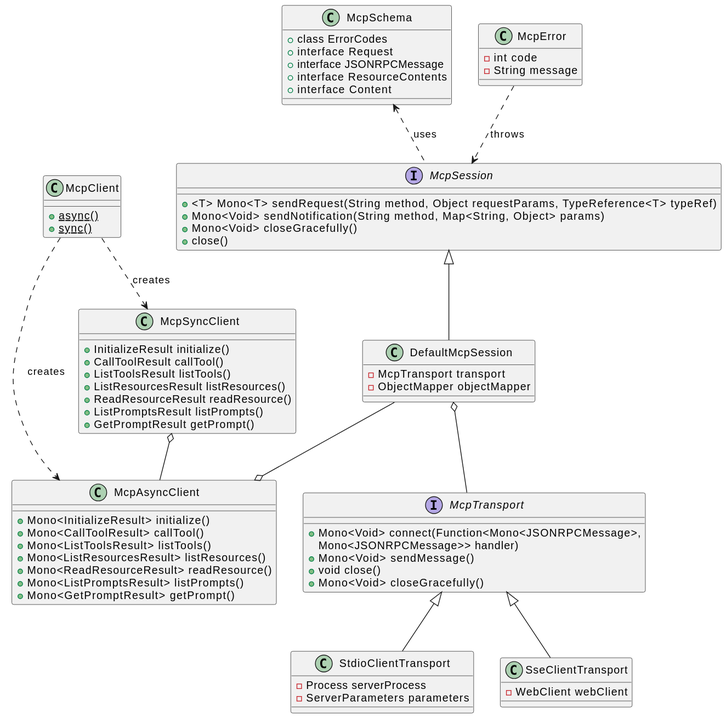
The PlantUML diagram docs/spring-ai-mcp-uml-classdiagram.svg in ziscloud/java-sdk, before a commit. Its diagram source:
```plantuml
@startuml
interface McpTransport {
  +Mono<Void> connect(Function<Mono<JSONRPCMessage>,
                       Mono<JSONRPCMessage>> handler)
  +Mono<Void> sendMessage()
  +void close()
  +Mono<Void> closeGracefully()
}

interface McpSession {
  +<T> Mono<T> sendRequest(String method, Object requestParams, TypeReference<T> typeRef)
  +Mono<Void> sendNotification(String method, Map<String, Object> params)
  +Mono<Void> closeGracefully()
  +close()
}

class DefaultMcpSession {
  -McpTransport transport
  -ObjectMapper objectMapper
}

class McpClient {
  +{static} async()
  +{static} sync()
}

class McpAsyncClient {
  +Mono<InitializeResult> initialize()
  +Mono<CallToolResult> callTool()
  +Mono<ListToolsResult> listTools()
  +Mono<ListResourcesResult> listResources()
  +Mono<ReadResourceResult> readResource()
  +Mono<ListPromptsResult> listPrompts()
  +Mono<GetPromptResult> getPrompt()
}

class McpSyncClient {
  +InitializeResult initialize()
  +CallToolResult callTool()
  +ListToolsResult listTools()
  +ListResourcesResult listResources()
  +ReadResourceResult readResource()
  +ListPromptsResult listPrompts()
  +GetPromptResult getPrompt()
}

class StdioClientTransport {
  -Process serverProcess
  -ServerParameters parameters
}

class SseClientTransport {
  -WebClient webClient
}

class McpSchema {
  +class ErrorCodes
  +interface Request
  +interface JSONRPCMessage
  +interface ResourceContents
  +interface Content
}

class McpError {
  -int code
  -String message
}

McpTransport <|-- StdioClientTransport
McpTransport <|-- SseClientTransport
McpSession <|-- DefaultMcpSession
DefaultMcpSession --o McpAsyncClient
McpClient ..> McpAsyncClient : creates
McpClient ..> McpSyncClient : creates
McpSyncClient o-- McpAsyncClient
DefaultMcpSession o-- McpTransport
McpSchema <.. McpSession : uses
McpError ..> McpSession : throws
@enduml
```
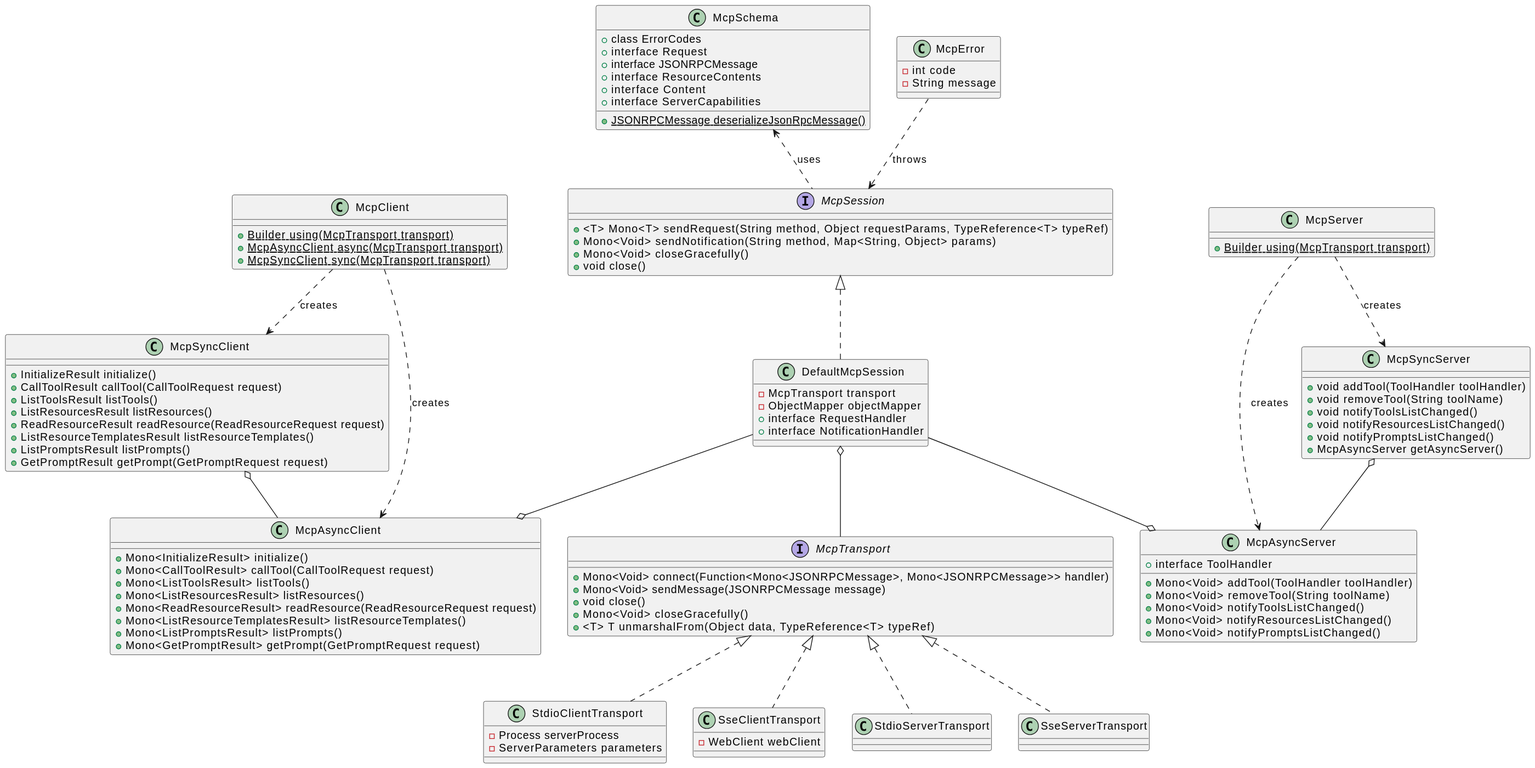
The same file after the commit.

What changed in the source:
```diff
@@ -1,47 +1,74 @@
 @startuml
 interface McpTransport {
-  +Mono<Void> connect(Function<Mono<JSONRPCMessage>,
-                       Mono<JSONRPCMessage>> handler)
-  +Mono<Void> sendMessage()
+  +Mono<Void> connect(Function<Mono<JSONRPCMessage>, Mono<JSONRPCMessage>> handler)
+  +Mono<Void> sendMessage(JSONRPCMessage message)
   +void close()
   +Mono<Void> closeGracefully()
+  +<T> T unmarshalFrom(Object data, TypeReference<T> typeRef)
 }
 
 interface McpSession {
   +<T> Mono<T> sendRequest(String method, Object requestParams, TypeReference<T> typeRef)
   +Mono<Void> sendNotification(String method, Map<String, Object> params)
   +Mono<Void> closeGracefully()
-  +close()
+  +void close()
 }
 
 class DefaultMcpSession {
   -McpTransport transport
   -ObjectMapper objectMapper
+  +interface RequestHandler
+  +interface NotificationHandler
 }
 
 class McpClient {
-  +{static} async()
-  +{static} sync()
+  +{static} Builder using(McpTransport transport)
+  +{static} McpAsyncClient async(McpTransport transport)
+  +{static} McpSyncClient sync(McpTransport transport)
 }
 
 class McpAsyncClient {
   +Mono<InitializeResult> initialize()
-  +Mono<CallToolResult> callTool()
+  +Mono<CallToolResult> callTool(CallToolRequest request)
   +Mono<ListToolsResult> listTools()
   +Mono<ListResourcesResult> listResources()
-  +Mono<ReadResourceResult> readResource()
+  +Mono<ReadResourceResult> readResource(ReadResourceRequest request)
+  +Mono<ListResourceTemplatesResult> listResourceTemplates()
   +Mono<ListPromptsResult> listPrompts()
-  +Mono<GetPromptResult> getPrompt()
+  +Mono<GetPromptResult> getPrompt(GetPromptRequest request)
 }
 
 class McpSyncClient {
   +InitializeResult initialize()
-  +CallToolResult callTool()
+  +CallToolResult callTool(CallToolRequest request)
   +ListToolsResult listTools()
   +ListResourcesResult listResources()
-  +ReadResourceResult readResource()
+  +ReadResourceResult readResource(ReadResourceRequest request)
+  +ListResourceTemplatesResult listResourceTemplates()
   +ListPromptsResult listPrompts()
-  +GetPromptResult getPrompt()
+  +GetPromptResult getPrompt(GetPromptRequest request)
+}
+
+class McpServer {
+  +{static} Builder using(McpTransport transport)
+}
+
+class McpAsyncServer {
+  +Mono<Void> addTool(ToolHandler toolHandler)
+  +Mono<Void> removeTool(String toolName)
+  +Mono<Void> notifyToolsListChanged()
+  +Mono<Void> notifyResourcesListChanged()
+  +Mono<Void> notifyPromptsListChanged()
+  +interface ToolHandler
+}
+
+class McpSyncServer {
+  +void addTool(ToolHandler toolHandler)
+  +void removeTool(String toolName)
+  +void notifyToolsListChanged()
+  +void notifyResourcesListChanged()
+  +void notifyPromptsListChanged()
+  +McpAsyncServer getAsyncServer()
 }
 
 class StdioClientTransport {
@@ -53,12 +80,20 @@
   -WebClient webClient
 }
 
+class StdioServerTransport {
+}
+
+class SseServerTransport {
+}
+
 class McpSchema {
   +class ErrorCodes
   +interface Request
   +interface JSONRPCMessage
   +interface ResourceContents
   +interface Content
+  +interface ServerCapabilities
+  +{static} JSONRPCMessage deserializeJsonRpcMessage()
 }
 
 class McpError {
@@ -66,13 +101,23 @@
   -String message
 }
 
-McpTransport <|-- StdioClientTransport
-McpTransport <|-- SseClientTransport
-McpSession <|-- DefaultMcpSession
+McpTransport <|.. StdioClientTransport
+McpTransport <|.. SseClientTransport
+McpTransport <|.. StdioServerTransport
+McpTransport <|.. SseServerTransport
+
+McpSession <|.. DefaultMcpSession
 DefaultMcpSession --o McpAsyncClient
+DefaultMcpSession --o McpAsyncServer
+
 McpClient ..> McpAsyncClient : creates
 McpClient ..> McpSyncClient : creates
 McpSyncClient o-- McpAsyncClient
+
+McpServer ..> McpAsyncServer : creates
+McpServer ..> McpSyncServer : creates
+McpSyncServer o-- McpAsyncServer
+
 DefaultMcpSession o-- McpTransport
 McpSchema <.. McpSession : uses
 McpError ..> McpSession : throws
```
